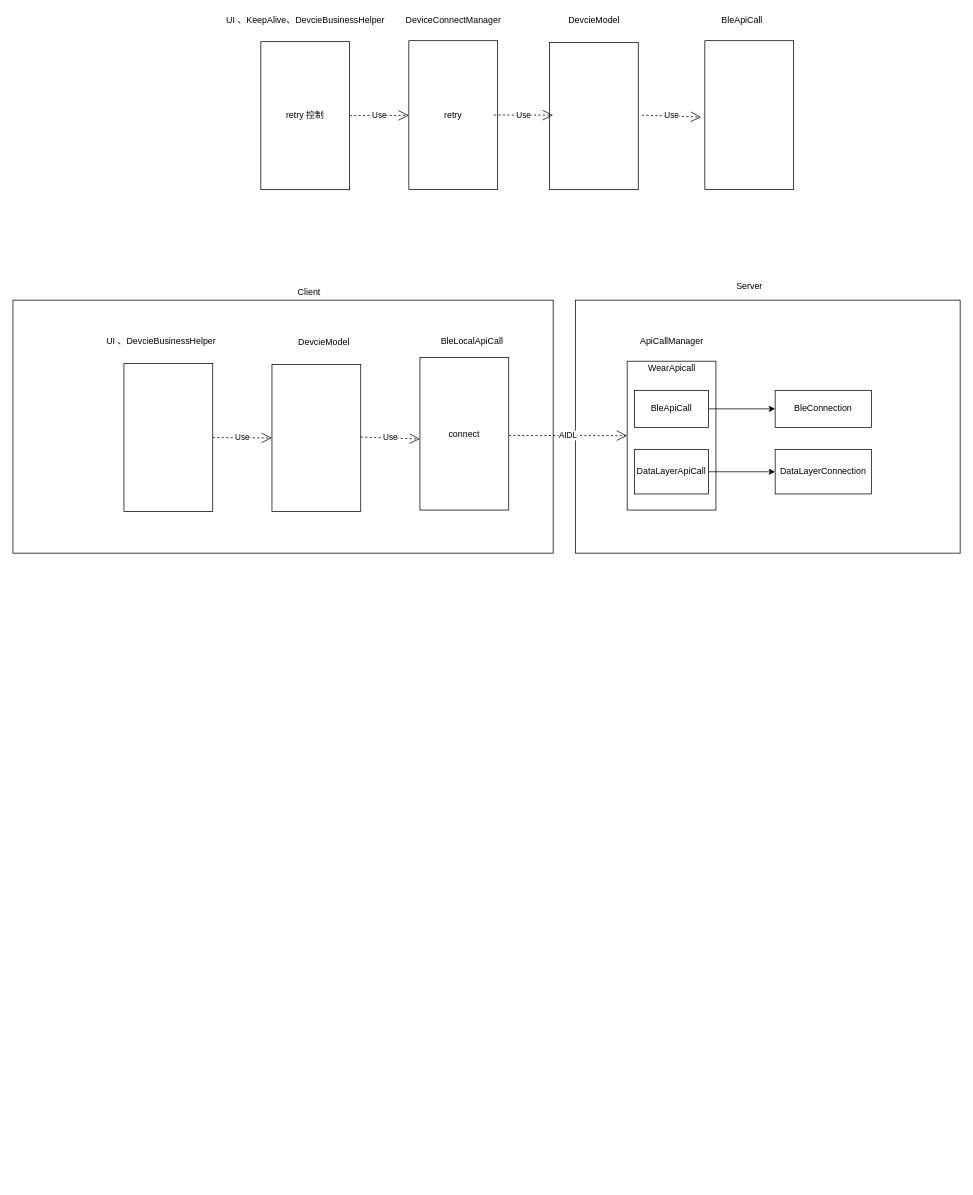
Before: page "连接管理" (7 of 10) of mi_devices.drawio in qby/DrawIO, a draw.io diagram. Source tidied: cells renumbered, new cells numbered last; positions are measured from the earlier drawing's top-left corner, leaving out a move shared by most shapes. Both pictures are drawn from the tidied source at 74%, with x=0, y=0 at pixel (13, 13).
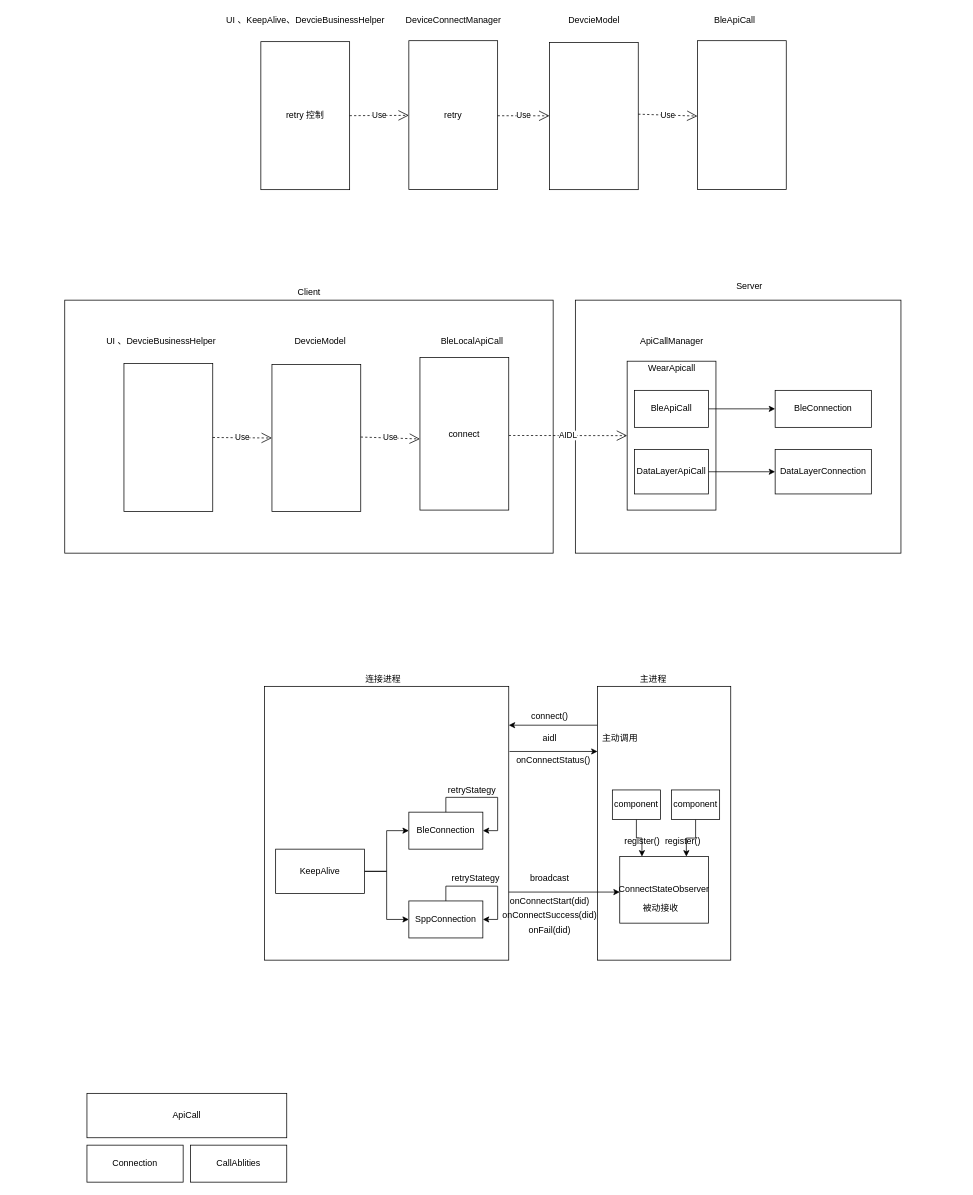
After the change.

Diff of the diagram source:
```diff
@@
     <mxCell id="2" style="whiteSpace=wrap;html=1;" parent="1" vertex="1">
-      <mxGeometry x="760" y="388.1" width="520" height="341.9" as="geometry" />
+      <mxGeometry x="760" y="388.1" width="440" height="341.9" as="geometry" />
     </mxCell>
     <mxCell id="3" style="whiteSpace=wrap;html=1;" parent="1" vertex="1">
-      <mxGeometry y="388.1" width="730" height="341.9" as="geometry" />
+      <mxGeometry x="70" y="388.1" width="660" height="341.9" as="geometry" />
     </mxCell>
@@
     <mxCell id="7" value="DevcieModel" style="text;html=1;align=center;verticalAlign=middle;" parent="1" vertex="1">
-      <mxGeometry x="380" y="435" width="80" height="20" as="geometry" />
+      <mxGeometry x="375" y="433.7" width="80" height="20" as="geometry" />
     </mxCell>
@@
     <mxCell id="25" style="whiteSpace=wrap;html=1;" parent="1" vertex="1">
-      <mxGeometry x="935" y="37.5" width="120" height="201.2" as="geometry" />
+      <mxGeometry x="925" y="37.5" width="120" height="201.2" as="geometry" />
     </mxCell>
     <mxCell id="26" value="BleApiCall" style="text;html=1;align=center;verticalAlign=middle;" parent="1" vertex="1">
-      <mxGeometry x="950" width="70" height="20" as="geometry" />
+      <mxGeometry x="940" width="70" height="20" as="geometry" />
     </mxCell>
@@
-    <mxCell id="28" value="Use" style="endArrow=open;endSize=12;dashed=1;html=1;exitX=1;exitY=0.25;exitDx=0;exitDy=0;entryX=0;entryY=0.5;entryDx=0;entryDy=0;" parent="1" edge="1">
+    <mxCell id="28" value="Use" style="endArrow=open;endSize=12;dashed=1;html=1;entryX=0;entryY=0.5;entryDx=0;entryDy=0;" parent="1" edge="1">
       <mxGeometry relative="1" as="geometry">
-        <mxPoint x="650" y="137.9" as="sourcePoint" />
-        <mxPoint x="730" y="138.1" as="targetPoint" />
+        <mxPoint x="655" y="138.9" as="sourcePoint" />
+        <mxPoint x="725" y="139" as="targetPoint" />
       </mxGeometry>
     </mxCell>
     <mxCell id="29" value="Use" style="endArrow=open;endSize=12;dashed=1;html=1;exitX=1;exitY=0.25;exitDx=0;exitDy=0;" parent="1" edge="1">
       <mxGeometry relative="1" as="geometry">
-        <mxPoint x="850" y="138.1" as="sourcePoint" />
-        <mxPoint x="930" y="140.8" as="targetPoint" />
+        <mxPoint x="845" y="136.8" as="sourcePoint" />
+        <mxPoint x="925" y="139.4" as="targetPoint" />
       </mxGeometry>
     </mxCell>
@@
+    <mxCell id="35" style="whiteSpace=wrap;html=1;" parent="1" vertex="1">
+      <mxGeometry x="340" y="910" width="330" height="370" as="geometry" />
+    </mxCell>
+    <mxCell id="36" style="edgeStyle=orthogonalEdgeStyle;rounded=0;orthogonalLoop=1;jettySize=auto;html=1;exitX=0;exitY=0.25;exitDx=0;exitDy=0;entryX=1;entryY=0.25;entryDx=0;entryDy=0;" parent="1" edge="1">
+      <mxGeometry relative="1" as="geometry">
+        <mxPoint x="790" y="962.5" as="sourcePoint" />
+        <mxPoint x="670" y="962.5" as="targetPoint" />
+      </mxGeometry>
+    </mxCell>
+    <mxCell id="37" style="whiteSpace=wrap;html=1;" parent="1" vertex="1">
+      <mxGeometry x="790" y="910" width="180" height="370" as="geometry" />
+    </mxCell>
+    <mxCell id="38" value="连接进程" style="text;html=1;align=center;verticalAlign=middle;" parent="1" vertex="1">
+      <mxGeometry x="470" y="890" width="60" height="20" as="geometry" />
+    </mxCell>
+    <mxCell id="39" value="主进程" style="text;html=1;align=center;verticalAlign=middle;" parent="1" vertex="1">
+      <mxGeometry x="840" y="890" width="50" height="20" as="geometry" />
+    </mxCell>
+    <mxCell id="40" value="connect()" style="text;html=1;align=center;verticalAlign=middle;" parent="1" vertex="1">
+      <mxGeometry x="690" y="940" width="70" height="20" as="geometry" />
+    </mxCell>
+    <mxCell id="41" value="onConnectStatus()" style="text;html=1;align=center;verticalAlign=middle;" parent="1" vertex="1">
+      <mxGeometry x="670" y="1000" width="120" height="20" as="geometry" />
+    </mxCell>
+    <mxCell id="42" style="edgeStyle=orthogonalEdgeStyle;rounded=0;orthogonalLoop=1;jettySize=auto;html=1;exitX=1.006;exitY=0.346;exitDx=0;exitDy=0;entryX=0;entryY=0.346;entryDx=0;entryDy=0;exitPerimeter=0;entryPerimeter=0;" parent="1" edge="1">
+      <mxGeometry relative="1" as="geometry">
+        <mxPoint x="671" y="998" as="sourcePoint" />
+        <mxPoint x="790" y="998" as="targetPoint" />
+      </mxGeometry>
+    </mxCell>
+    <mxCell id="43" value="BleConnection" style="whiteSpace=wrap;html=1;" parent="1" vertex="1">
+      <mxGeometry x="535" y="1080" width="100" height="50" as="geometry" />
+    </mxCell>
+    <mxCell id="44" value="SppConnection" style="whiteSpace=wrap;html=1;" parent="1" vertex="1">
+      <mxGeometry x="535" y="1200" width="100" height="50" as="geometry" />
+    </mxCell>
+    <mxCell id="45" style="edgeStyle=orthogonalEdgeStyle;rounded=0;orthogonalLoop=1;jettySize=auto;html=1;entryX=1;entryY=0.5;entryDx=0;entryDy=0;" parent="1" edge="1" source="43" target="43">
+      <mxGeometry relative="1" as="geometry" />
+    </mxCell>
+    <mxCell id="46" value="retryStategy" style="text;html=1;align=center;verticalAlign=middle;" parent="1" vertex="1">
+      <mxGeometry x="580" y="1040" width="80" height="20" as="geometry" />
+    </mxCell>
+    <mxCell id="47" value="retryStategy" style="text;html=1;align=center;verticalAlign=middle;" parent="1" vertex="1">
+      <mxGeometry x="585" y="1160" width="80" height="20" as="geometry" />
+    </mxCell>
+    <mxCell id="48" style="edgeStyle=orthogonalEdgeStyle;rounded=0;orthogonalLoop=1;jettySize=auto;html=1;entryX=1;entryY=0.5;entryDx=0;entryDy=0;" parent="1" edge="1" source="44" target="44">
+      <mxGeometry relative="1" as="geometry" />
+    </mxCell>
+    <mxCell id="49" value="broadcast" style="text;html=1;align=center;verticalAlign=middle;" parent="1" vertex="1">
+      <mxGeometry x="690" y="1160" width="70" height="20" as="geometry" />
+    </mxCell>
+    <mxCell id="50" value="onConnectStart(did)" style="text;html=1;align=center;verticalAlign=middle;" parent="1" vertex="1">
+      <mxGeometry x="665" y="1190" width="120" height="20" as="geometry" />
+    </mxCell>
+    <mxCell id="51" value="onConnectSuccess(did)" style="text;html=1;align=center;verticalAlign=middle;" parent="1" vertex="1">
+      <mxGeometry x="655" y="1210" width="140" height="20" as="geometry" />
+    </mxCell>
+    <mxCell id="52" value="onFail(did)" style="text;html=1;align=center;verticalAlign=middle;" parent="1" vertex="1">
+      <mxGeometry x="690" y="1230" width="70" height="20" as="geometry" />
+    </mxCell>
+    <mxCell id="53" style="edgeStyle=orthogonalEdgeStyle;rounded=0;jettySize=auto;html=1;exitX=1;exitY=0.75;exitDx=0;exitDy=0;" parent="1" edge="1" source="35">
+      <mxGeometry relative="1" as="geometry">
+        <mxPoint x="820" y="1188" as="targetPoint" />
+        <Array as="points">
+          <mxPoint x="820" y="1188" />
+        </Array>
+      </mxGeometry>
+    </mxCell>
+    <mxCell id="54" value="ConnectStateObserver" style="whiteSpace=wrap;html=1;" parent="1" vertex="1">
+      <mxGeometry x="820" y="1140" width="120" height="90" as="geometry" />
+    </mxCell>
+    <mxCell id="55" value="主动调用" style="text;html=1;align=center;verticalAlign=middle;" parent="1" vertex="1">
+      <mxGeometry x="790" y="970" width="60" height="20" as="geometry" />
+    </mxCell>
+    <mxCell id="56" value="被动接收" style="text;html=1;align=center;verticalAlign=middle;" parent="1" vertex="1">
+      <mxGeometry x="845" y="1200" width="60" height="20" as="geometry" />
+    </mxCell>
+    <mxCell id="57" style="edgeStyle=orthogonalEdgeStyle;rounded=0;jettySize=auto;html=1;entryX=0.25;entryY=0;entryDx=0;entryDy=0;" parent="1" edge="1" source="58" target="54">
+      <mxGeometry relative="1" as="geometry" />
+    </mxCell>
+    <mxCell id="58" value="component" style="whiteSpace=wrap;html=1;" parent="1" vertex="1">
+      <mxGeometry x="810" y="1050" width="65" height="40" as="geometry" />
+    </mxCell>
+    <mxCell id="59" style="edgeStyle=orthogonalEdgeStyle;rounded=0;jettySize=auto;html=1;entryX=0.75;entryY=0;entryDx=0;entryDy=0;" parent="1" edge="1" source="60" target="54">
+      <mxGeometry relative="1" as="geometry" />
+    </mxCell>
+    <mxCell id="60" value="component" style="whiteSpace=wrap;html=1;" parent="1" vertex="1">
+      <mxGeometry x="890" y="1050" width="65" height="40" as="geometry" />
+    </mxCell>
+    <mxCell id="61" value="register()" style="text;html=1;align=center;verticalAlign=middle;" parent="1" vertex="1">
+      <mxGeometry x="820" y="1110" width="60" height="20" as="geometry" />
+    </mxCell>
+    <mxCell id="62" value="register()" style="text;html=1;align=center;verticalAlign=middle;" parent="1" vertex="1">
+      <mxGeometry x="875" y="1110" width="60" height="20" as="geometry" />
+    </mxCell>
+    <mxCell id="63" value="aidl" style="text;html=1;align=center;verticalAlign=middle;" parent="1" vertex="1">
+      <mxGeometry x="710" y="970" width="30" height="20" as="geometry" />
+    </mxCell>
+    <mxCell id="64" value="ApiCall" style="whiteSpace=wrap;html=1;" parent="1" vertex="1">
+      <mxGeometry x="100" y="1460" width="270" height="60" as="geometry" />
+    </mxCell>
+    <mxCell id="65" value="Connection" style="whiteSpace=wrap;html=1;" parent="1" vertex="1">
+      <mxGeometry x="100" y="1530" width="130" height="50" as="geometry" />
+    </mxCell>
+    <mxCell id="66" value="CallAblities" style="whiteSpace=wrap;html=1;" parent="1" vertex="1">
+      <mxGeometry x="240" y="1530" width="130" height="50" as="geometry" />
+    </mxCell>
+    <mxCell id="67" style="edgeStyle=orthogonalEdgeStyle;rounded=0;jettySize=auto;html=1;entryX=0;entryY=0.5;entryDx=0;entryDy=0;" parent="1" edge="1" source="69" target="44">
+      <mxGeometry relative="1" as="geometry" />
+    </mxCell>
+    <mxCell id="68" style="edgeStyle=orthogonalEdgeStyle;rounded=0;jettySize=auto;html=1;entryX=0;entryY=0.5;entryDx=0;entryDy=0;" parent="1" edge="1" source="69" target="43">
+      <mxGeometry relative="1" as="geometry" />
+    </mxCell>
+    <mxCell id="69" value="KeepAlive" style="whiteSpace=wrap;html=1;" parent="1" vertex="1">
+      <mxGeometry x="355" y="1130" width="120" height="60" as="geometry" />
+    </mxCell>
```
